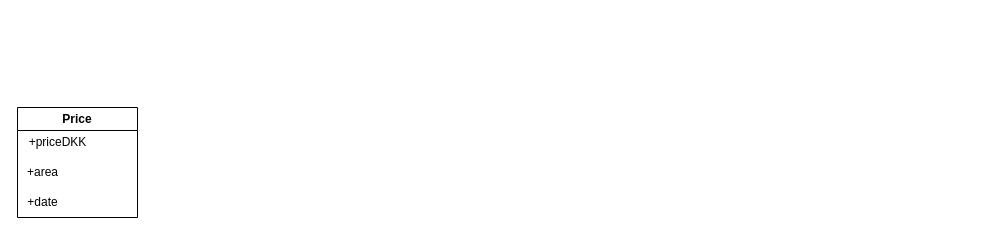
Earlier version of the draw.io diagram page "DB diagram" (1 of 3) of CPS Diagram.drawio (NikolajT/EnergyWatch). Source tidied: cells renumbered, new cells numbered last; positions are measured from the earlier drawing's top-left corner, leaving out a move shared by most shapes. Both pictures are drawn from the tidied source at 100%, with x=0, y=0 at pixel (17, 107).
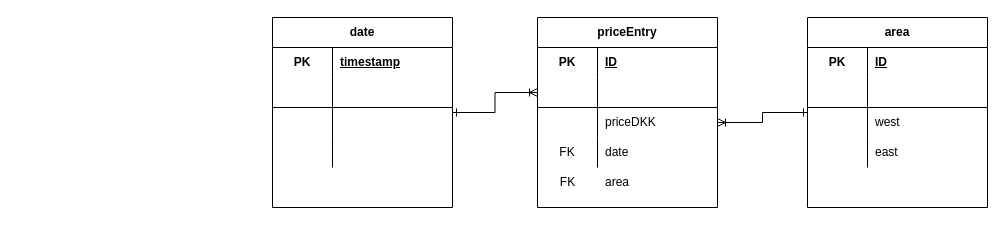
The same page after the edit.

Change to the diagram source:
```diff
@@
-    <mxCell id="2" value="Price" style="swimlane;whiteSpace=wrap;html=1;" parent="1" vertex="1">
-      <mxGeometry width="120" height="110" as="geometry" />
-    </mxCell>
-    <mxCell id="3" value="+priceDKK" style="text;html=1;align=center;verticalAlign=middle;strokeColor=none;fillColor=none;" parent="2" vertex="1">
-      <mxGeometry y="20" width="80" height="30" as="geometry" />
-    </mxCell>
-    <mxCell id="4" value="+area" style="text;html=1;align=center;verticalAlign=middle;strokeColor=none;fillColor=none;" parent="2" vertex="1">
-      <mxGeometry y="50" width="50" height="30" as="geometry" />
-    </mxCell>
-    <mxCell id="5" value="+date" style="text;html=1;align=center;verticalAlign=middle;strokeColor=none;fillColor=none;" parent="2" vertex="1">
-      <mxGeometry y="80" width="50" height="30" as="geometry" />
-    </mxCell>
+    <mxCell id="6" value="priceEntry" style="shape=table;startSize=30;childLayout=tableLayout;rowLines=0;fontStyle=1;align=center;html=1;whiteSpace=wrap;" parent="1" vertex="1">
+      <mxGeometry x="520" y="-90" width="180" height="190" as="geometry" />
+    </mxCell>
+    <mxCell id="7" style="shape=tableRow;horizontal=0;startSize=0;swimlaneHead=0;swimlaneBody=0;fillColor=none;top=0;left=0;right=0;bottom=0;html=1;" parent="6" vertex="1">
+      <mxGeometry y="30" width="180" height="30" as="geometry" />
+    </mxCell>
+    <mxCell id="8" value="PK" style="shape=partialRectangle;fillColor=none;top=0;left=0;bottom=0;right=0;fontStyle=1;overflow=hidden;html=1;whiteSpace=wrap;" parent="7" vertex="1">
+      <mxGeometry width="60" height="30" as="geometry" />
+    </mxCell>
+    <mxCell id="9" value="ID" style="shape=partialRectangle;fillColor=none;top=0;left=0;bottom=0;right=0;align=left;spacingLeft=6;fontStyle=5;overflow=hidden;html=1;whiteSpace=wrap;" parent="7" vertex="1">
+      <mxGeometry x="60" width="120" height="30" as="geometry" />
+    </mxCell>
+    <mxCell id="10" style="shape=tableRow;horizontal=0;startSize=0;swimlaneHead=0;swimlaneBody=0;fillColor=none;points=[[0,0.5],[1,0.5]];portConstraint=eastwest;top=0;left=0;right=0;bottom=1;html=1;" parent="6" vertex="1">
+      <mxGeometry y="60" width="180" height="30" as="geometry" />
+    </mxCell>
+    <mxCell id="11" style="shape=partialRectangle;fillColor=none;top=0;left=0;bottom=0;right=0;fontStyle=1;overflow=hidden;html=1;whiteSpace=wrap;" parent="10" vertex="1">
+      <mxGeometry width="60" height="30" as="geometry" />
+    </mxCell>
+    <mxCell id="12" style="shape=partialRectangle;fillColor=none;top=0;left=0;bottom=0;right=0;align=left;spacingLeft=6;fontStyle=5;overflow=hidden;html=1;whiteSpace=wrap;" parent="10" vertex="1">
+      <mxGeometry x="60" width="120" height="30" as="geometry" />
+    </mxCell>
+    <mxCell id="13" style="shape=tableRow;horizontal=0;startSize=0;swimlaneHead=0;swimlaneBody=0;fillColor=none;points=[[0,0.5],[1,0.5]];portConstraint=eastwest;top=0;left=0;right=0;bottom=0;html=1;" parent="6" vertex="1">
+      <mxGeometry y="90" width="180" height="30" as="geometry" />
+    </mxCell>
+    <mxCell id="14" style="shape=partialRectangle;fillColor=none;top=0;left=0;bottom=0;right=0;overflow=hidden;html=1;whiteSpace=wrap;" parent="13" vertex="1">
+      <mxGeometry width="60" height="30" as="geometry" />
+    </mxCell>
+    <mxCell id="15" value="priceDKK" style="shape=partialRectangle;fillColor=none;top=0;left=0;bottom=0;right=0;align=left;spacingLeft=6;overflow=hidden;html=1;whiteSpace=wrap;" parent="13" vertex="1">
+      <mxGeometry x="60" width="120" height="30" as="geometry" />
+    </mxCell>
+    <mxCell id="16" style="shape=tableRow;horizontal=0;startSize=0;swimlaneHead=0;swimlaneBody=0;fillColor=none;top=0;left=0;right=0;bottom=0;html=1;" parent="6" vertex="1">
+      <mxGeometry y="120" width="180" height="30" as="geometry" />
+    </mxCell>
+    <mxCell id="17" value="FK" style="shape=partialRectangle;fillColor=none;top=0;left=0;bottom=0;right=0;overflow=hidden;html=1;whiteSpace=wrap;" parent="16" vertex="1">
+      <mxGeometry width="60" height="30" as="geometry" />
+    </mxCell>
+    <mxCell id="18" value="date" style="shape=partialRectangle;fillColor=none;top=0;left=0;bottom=0;right=0;align=left;spacingLeft=6;overflow=hidden;html=1;whiteSpace=wrap;" parent="16" vertex="1">
+      <mxGeometry x="60" width="120" height="30" as="geometry" />
+    </mxCell>
+    <mxCell id="19" style="shape=tableRow;horizontal=0;startSize=0;swimlaneHead=0;swimlaneBody=0;fillColor=none;top=0;left=0;right=0;bottom=0;html=1;" parent="1" vertex="1">
+      <mxGeometry x="430" y="70" width="180" height="30" as="geometry" />
+    </mxCell>
+    <mxCell id="20" value="area" style="shape=table;startSize=30;childLayout=tableLayout;rowLines=0;fontStyle=1;align=center;html=1;whiteSpace=wrap;" parent="1" vertex="1">
+      <mxGeometry x="790" y="-90" width="180" height="190" as="geometry" />
+    </mxCell>
+    <mxCell id="21" style="shape=tableRow;horizontal=0;startSize=0;swimlaneHead=0;swimlaneBody=0;fillColor=none;top=0;left=0;right=0;bottom=0;html=1;" parent="20" vertex="1">
+      <mxGeometry y="30" width="180" height="30" as="geometry" />
+    </mxCell>
+    <mxCell id="22" value="PK" style="shape=partialRectangle;fillColor=none;top=0;left=0;bottom=0;right=0;fontStyle=1;overflow=hidden;html=1;whiteSpace=wrap;" parent="21" vertex="1">
+      <mxGeometry width="60" height="30" as="geometry" />
+    </mxCell>
+    <mxCell id="23" value="ID" style="shape=partialRectangle;fillColor=none;top=0;left=0;bottom=0;right=0;align=left;spacingLeft=6;fontStyle=5;overflow=hidden;html=1;whiteSpace=wrap;" parent="21" vertex="1">
+      <mxGeometry x="60" width="120" height="30" as="geometry" />
+    </mxCell>
+    <mxCell id="24" style="shape=tableRow;horizontal=0;startSize=0;swimlaneHead=0;swimlaneBody=0;fillColor=none;top=0;left=0;right=0;bottom=1;html=1;" parent="20" vertex="1">
+      <mxGeometry y="60" width="180" height="30" as="geometry" />
+    </mxCell>
+    <mxCell id="25" style="shape=partialRectangle;fillColor=none;top=0;left=0;bottom=0;right=0;fontStyle=1;overflow=hidden;html=1;whiteSpace=wrap;" parent="24" vertex="1">
+      <mxGeometry width="60" height="30" as="geometry" />
+    </mxCell>
+    <mxCell id="26" style="shape=partialRectangle;fillColor=none;top=0;left=0;bottom=0;right=0;align=left;spacingLeft=6;fontStyle=5;overflow=hidden;html=1;whiteSpace=wrap;" parent="24" vertex="1">
+      <mxGeometry x="60" width="120" height="30" as="geometry" />
+    </mxCell>
+    <mxCell id="27" style="shape=tableRow;horizontal=0;startSize=0;swimlaneHead=0;swimlaneBody=0;fillColor=none;top=0;left=0;right=0;bottom=0;html=1;" parent="20" vertex="1">
+      <mxGeometry y="90" width="180" height="30" as="geometry" />
+    </mxCell>
+    <mxCell id="28" style="shape=partialRectangle;fillColor=none;top=0;left=0;bottom=0;right=0;overflow=hidden;html=1;whiteSpace=wrap;" parent="27" vertex="1">
+      <mxGeometry width="60" height="30" as="geometry" />
+    </mxCell>
+    <mxCell id="29" value="west" style="shape=partialRectangle;fillColor=none;top=0;left=0;bottom=0;right=0;align=left;spacingLeft=6;overflow=hidden;html=1;whiteSpace=wrap;" parent="27" vertex="1">
+      <mxGeometry x="60" width="120" height="30" as="geometry" />
+    </mxCell>
+    <mxCell id="30" style="shape=tableRow;horizontal=0;startSize=0;swimlaneHead=0;swimlaneBody=0;fillColor=none;top=0;left=0;right=0;bottom=0;html=1;" parent="20" vertex="1">
+      <mxGeometry y="120" width="180" height="30" as="geometry" />
+    </mxCell>
+    <mxCell id="31" style="shape=partialRectangle;fillColor=none;top=0;left=0;bottom=0;right=0;overflow=hidden;html=1;whiteSpace=wrap;" parent="30" vertex="1">
+      <mxGeometry width="60" height="30" as="geometry" />
+    </mxCell>
+    <mxCell id="32" value="east" style="shape=partialRectangle;fillColor=none;top=0;left=0;bottom=0;right=0;align=left;spacingLeft=6;overflow=hidden;html=1;whiteSpace=wrap;" parent="30" vertex="1">
+      <mxGeometry x="60" width="120" height="30" as="geometry" />
+    </mxCell>
+    <mxCell id="33" value="date" style="shape=table;startSize=30;childLayout=tableLayout;rowLines=0;fontStyle=1;align=center;html=1;whiteSpace=wrap;" parent="1" vertex="1">
+      <mxGeometry x="255" y="-90" width="180" height="190" as="geometry" />
+    </mxCell>
+    <mxCell id="34" style="shape=tableRow;horizontal=0;startSize=0;swimlaneHead=0;swimlaneBody=0;fillColor=none;top=0;left=0;right=0;bottom=0;html=1;" parent="33" vertex="1">
+      <mxGeometry y="30" width="180" height="30" as="geometry" />
+    </mxCell>
+    <mxCell id="35" value="PK" style="shape=partialRectangle;fillColor=none;top=0;left=0;bottom=0;right=0;fontStyle=1;overflow=hidden;html=1;whiteSpace=wrap;" parent="34" vertex="1">
+      <mxGeometry width="60" height="30" as="geometry" />
+    </mxCell>
+    <mxCell id="36" value="timestamp" style="shape=partialRectangle;fillColor=none;top=0;left=0;bottom=0;right=0;align=left;spacingLeft=6;fontStyle=5;overflow=hidden;html=1;whiteSpace=wrap;" parent="34" vertex="1">
+      <mxGeometry x="60" width="120" height="30" as="geometry" />
+    </mxCell>
+    <mxCell id="37" style="shape=tableRow;horizontal=0;startSize=0;swimlaneHead=0;swimlaneBody=0;fillColor=none;top=0;left=0;right=0;bottom=1;html=1;" parent="33" vertex="1">
+      <mxGeometry y="60" width="180" height="30" as="geometry" />
+    </mxCell>
+    <mxCell id="38" style="shape=partialRectangle;fillColor=none;top=0;left=0;bottom=0;right=0;fontStyle=1;overflow=hidden;html=1;whiteSpace=wrap;" parent="37" vertex="1">
+      <mxGeometry width="60" height="30" as="geometry" />
+    </mxCell>
+    <mxCell id="39" style="shape=partialRectangle;fillColor=none;top=0;left=0;bottom=0;right=0;align=left;spacingLeft=6;fontStyle=5;overflow=hidden;html=1;whiteSpace=wrap;" parent="37" vertex="1">
+      <mxGeometry x="60" width="120" height="30" as="geometry" />
+    </mxCell>
+    <mxCell id="40" style="shape=tableRow;horizontal=0;startSize=0;swimlaneHead=0;swimlaneBody=0;fillColor=none;top=0;left=0;right=0;bottom=0;html=1;" parent="33" vertex="1">
+      <mxGeometry y="90" width="180" height="30" as="geometry" />
+    </mxCell>
+    <mxCell id="41" style="shape=partialRectangle;fillColor=none;top=0;left=0;bottom=0;right=0;overflow=hidden;html=1;whiteSpace=wrap;" parent="40" vertex="1">
+      <mxGeometry width="60" height="30" as="geometry" />
+    </mxCell>
+    <mxCell id="42" style="shape=partialRectangle;fillColor=none;top=0;left=0;bottom=0;right=0;align=left;spacingLeft=6;overflow=hidden;html=1;whiteSpace=wrap;" parent="40" vertex="1">
+      <mxGeometry x="60" width="120" height="30" as="geometry" />
+    </mxCell>
+    <mxCell id="43" style="shape=tableRow;horizontal=0;startSize=0;swimlaneHead=0;swimlaneBody=0;fillColor=none;top=0;left=0;right=0;bottom=0;html=1;" parent="33" vertex="1">
+      <mxGeometry y="120" width="180" height="30" as="geometry" />
+    </mxCell>
+    <mxCell id="44" style="shape=partialRectangle;fillColor=none;top=0;left=0;bottom=0;right=0;overflow=hidden;html=1;whiteSpace=wrap;" parent="43" vertex="1">
+      <mxGeometry width="60" height="30" as="geometry" />
+    </mxCell>
+    <mxCell id="45" style="shape=partialRectangle;fillColor=none;top=0;left=0;bottom=0;right=0;align=left;spacingLeft=6;overflow=hidden;html=1;whiteSpace=wrap;" parent="43" vertex="1">
+      <mxGeometry x="60" width="120" height="30" as="geometry" />
+    </mxCell>
+    <mxCell id="46" value="area" style="shape=partialRectangle;fillColor=none;top=0;left=0;bottom=0;right=0;align=left;spacingLeft=6;overflow=hidden;html=1;whiteSpace=wrap;" parent="1" vertex="1">
+      <mxGeometry x="580" y="60" width="120" height="30" as="geometry" />
+    </mxCell>
+    <mxCell id="47" value="FK" style="text;html=1;align=center;verticalAlign=middle;strokeColor=none;fillColor=none;" parent="1" vertex="1">
+      <mxGeometry x="530" y="60" width="40" height="30" as="geometry" />
+    </mxCell>
+    <mxCell id="48" style="edgeStyle=orthogonalEdgeStyle;rounded=0;jettySize=auto;html=1;startArrow=ERoneToMany;startFill=0;endArrow=ERone;endFill=0;" parent="1" edge="1" source="10" target="33">
+      <mxGeometry relative="1" as="geometry" />
+    </mxCell>
+    <mxCell id="49" style="edgeStyle=orthogonalEdgeStyle;rounded=0;jettySize=auto;html=1;startArrow=ERoneToMany;startFill=0;endArrow=ERone;endFill=0;" parent="1" edge="1" source="13" target="20">
+      <mxGeometry relative="1" as="geometry" />
+    </mxCell>
```
